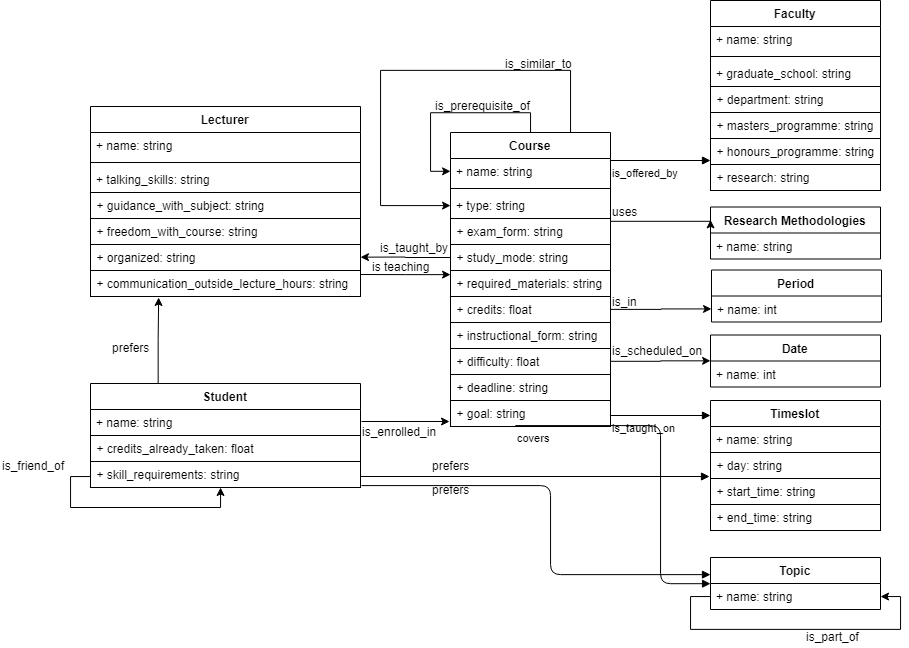
Above: project-1/diagram/class-diagram.png in tintinrevient/intelligent-agents (draw.io), before the change. Source tidied: cells renumbered, new cells last; positions are measured from the earlier drawing's top-left corner, leaving out a move shared by most shapes.
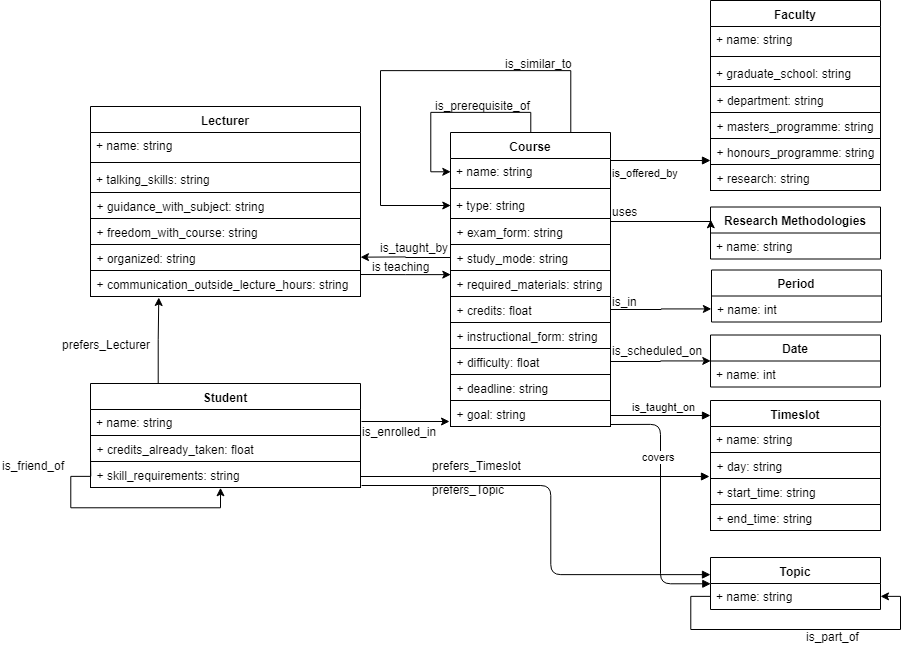
Above is the later version.

Diff of the diagram source:
```diff
@@ -132,7 +132,7 @@
       <mxGeometry y="104" width="170" height="26" as="geometry" />
     </mxCell>
     <mxCell id="42" value="is_taught_on" style="endArrow=block;endFill=1;html=1;edgeStyle=orthogonalEdgeStyle;align=left;verticalAlign=top;" parent="1" edge="1">
-      <mxGeometry x="-1" relative="1" as="geometry">
+      <mxGeometry x="-0.6" y="21" relative="1" as="geometry">
         <mxPoint x="610" y="415" as="sourcePoint" />
         <mxPoint x="710" y="415" as="targetPoint" />
       </mxGeometry>
@@ -167,14 +167,14 @@
     <mxCell id="50" value="+ skill_requirements: string" style="text;strokeColor=#000000;fillColor=none;align=left;verticalAlign=top;spacingLeft=4;spacingRight=4;overflow=hidden;points=[[0,0.5],[1,0.5]];portConstraint=eastwest;" parent="46" vertex="1">
       <mxGeometry y="78" width="270" height="26" as="geometry" />
     </mxCell>
-    <mxCell id="51" value="&lt;font style=&quot;font-size: 12px&quot;&gt;prefers&lt;/font&gt;" style="endArrow=block;endFill=1;html=1;edgeStyle=orthogonalEdgeStyle;align=left;verticalAlign=top;entryX=-0.006;entryY=0.231;entryDx=0;entryDy=0;entryPerimeter=0;" parent="1" edge="1">
+    <mxCell id="51" value="&lt;font style=&quot;font-size: 12px&quot;&gt;prefers_Topic&lt;/font&gt;" style="endArrow=block;endFill=1;html=1;edgeStyle=orthogonalEdgeStyle;align=left;verticalAlign=top;entryX=-0.006;entryY=0.231;entryDx=0;entryDy=0;entryPerimeter=0;" parent="1" edge="1">
       <mxGeometry x="-0.6" relative="1" as="geometry">
         <mxPoint x="360" y="476" as="sourcePoint" />
         <mxPoint x="709" y="476" as="targetPoint" />
       </mxGeometry>
     </mxCell>
-    <mxCell id="52" value="prefers" style="text;html=1;align=left;verticalAlign=top;spacingTop=-4;direction=east;" parent="1" vertex="1">
-      <mxGeometry x="110" y="338" width="50" height="20" as="geometry" />
+    <mxCell id="52" value="prefers_Lecturer" style="text;html=1;align=left;verticalAlign=top;spacingTop=-4;direction=east;" parent="1" vertex="1">
+      <mxGeometry x="60" y="335" width="100" height="20" as="geometry" />
     </mxCell>
     <mxCell id="53" value="is_enrolled_in" style="text;html=1;align=left;verticalAlign=top;spacingTop=-4;" parent="1" vertex="1">
       <mxGeometry x="360" y="422" width="90" height="20" as="geometry" />
@@ -193,8 +193,10 @@
     <mxCell id="56" value="uses" style="text;html=1;align=left;verticalAlign=top;spacingTop=-4;" parent="1" vertex="1">
       <mxGeometry x="610" y="202" width="40" height="20" as="geometry" />
     </mxCell>
-    <mxCell id="57" value="covers" style="endArrow=block;endFill=1;html=1;edgeStyle=orthogonalEdgeStyle;align=left;verticalAlign=top;entryX=0;entryY=0.5;entryDx=0;entryDy=0;exitX=0.406;exitY=0.962;exitDx=0;exitDy=0;exitPerimeter=0;" parent="1" edge="1" source="13" target="34">
-      <mxGeometry x="-1" relative="1" as="geometry" />
+    <mxCell id="57" value="covers" style="endArrow=block;endFill=1;html=1;edgeStyle=orthogonalEdgeStyle;align=left;verticalAlign=top;entryX=0;entryY=0.5;entryDx=0;entryDy=0;" parent="1" edge="1" target="34">
+      <mxGeometry x="-0.77" y="-20" relative="1" as="geometry">
+        <mxPoint x="610" y="424" as="sourcePoint" />
+      </mxGeometry>
     </mxCell>
     <mxCell id="58" style="endArrow=block;endFill=1;html=1;edgeStyle=orthogonalEdgeStyle;align=left;verticalAlign=top;" parent="1" edge="1" target="34">
       <mxGeometry x="-1" relative="1" as="geometry">
@@ -205,8 +207,8 @@
         </Array>
       </mxGeometry>
     </mxCell>
-    <mxCell id="59" value="prefers" style="text;html=1;align=left;verticalAlign=top;spacingTop=-4;" parent="1" vertex="1">
-      <mxGeometry x="430" y="456" width="50" height="20" as="geometry" />
+    <mxCell id="59" value="prefers_Timeslot" style="text;html=1;align=left;verticalAlign=top;spacingTop=-4;" parent="1" vertex="1">
+      <mxGeometry x="430" y="456" width="100" height="20" as="geometry" />
     </mxCell>
     <mxCell id="60" style="edgeStyle=orthogonalEdgeStyle;rounded=0;orthogonalLoop=1;jettySize=auto;html=1;entryX=-0.012;entryY=0.846;entryDx=0;entryDy=0;entryPerimeter=0;" parent="1" edge="1">
       <mxGeometry relative="1" as="geometry">
```
